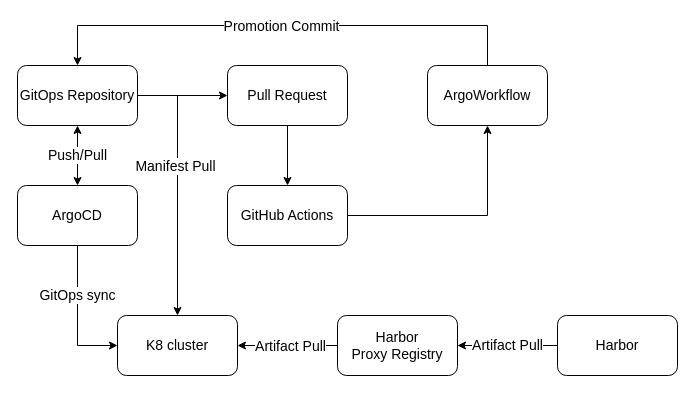
Above: page "delivery_platform" (7 of 17) of docs/assets/diagrams.drawio in CloudGeometry/cg-devx-docs (draw.io), before the change. Source tidied: cells renumbered, new cells numbered last; positions are measured from the earlier drawing's top-left corner, leaving out a move shared by most shapes. Both pictures are drawn from the tidied source at 100%, with x=0, y=0 at pixel (17, 25).
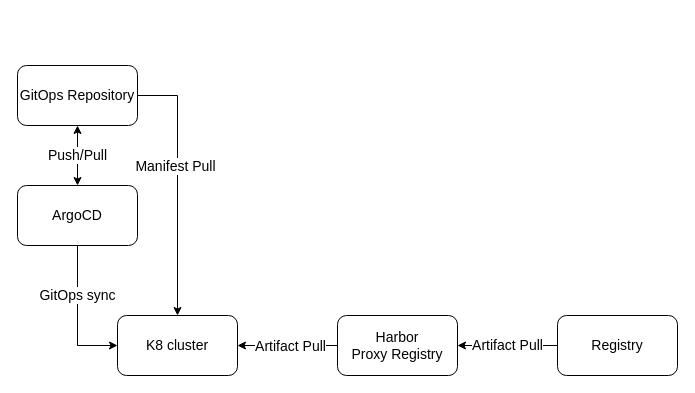
The same page after the edit.

Unchanged cells that the change refers to:
```xml
<mxCell id="15" value="GitOps Repository" style="rounded=1;whiteSpace=wrap;html=1;fontSize=14;" parent="1" vertex="1">
  <mxGeometry y="40" width="120" height="60" as="geometry" />
</mxCell>
```

Diff of the diagram source:
```diff
@@
-    <mxCell id="3" style="edgeStyle=orthogonalEdgeStyle;rounded=0;jettySize=auto;html=1;exitX=0.5;exitY=1;exitDx=0;exitDy=0;entryX=0.5;entryY=0;entryDx=0;entryDy=0;fontSize=14;" parent="1" edge="1" source="4" target="6">
-      <mxGeometry relative="1" as="geometry" />
-    </mxCell>
-    <mxCell id="4" value="Pull Request" style="rounded=1;whiteSpace=wrap;html=1;fontSize=14;" parent="1" vertex="1">
-      <mxGeometry x="210" y="40" width="120" height="60" as="geometry" />
-    </mxCell>
-    <mxCell id="5" style="edgeStyle=orthogonalEdgeStyle;rounded=0;jettySize=auto;html=1;fontSize=14;" parent="1" edge="1" source="6" target="9">
-      <mxGeometry relative="1" as="geometry" />
-    </mxCell>
-    <mxCell id="6" value="GitHub Actions" style="rounded=1;whiteSpace=wrap;html=1;fontSize=14;" parent="1" vertex="1">
-      <mxGeometry x="210" y="160" width="120" height="60" as="geometry" />
-    </mxCell>
-    <mxCell id="7" style="edgeStyle=orthogonalEdgeStyle;rounded=0;jettySize=auto;html=1;exitX=0.5;exitY=0;exitDx=0;exitDy=0;entryX=0.5;entryY=0;entryDx=0;entryDy=0;" parent="1" edge="1" source="9" target="15">
-      <mxGeometry relative="1" as="geometry">
-        <Array as="points">
-          <mxPoint x="470" />
-          <mxPoint x="60" />
-        </Array>
-      </mxGeometry>
-    </mxCell>
-    <mxCell id="8" value="&lt;font style=&quot;font-size: 14px;&quot;&gt;Promotion Commit&lt;/font&gt;" style="edgeLabel;html=1;align=center;verticalAlign=middle;" parent="7" vertex="1">
-      <mxGeometry x="0.01" relative="1" as="geometry" />
-    </mxCell>
-    <mxCell id="9" value="ArgoWorkflow" style="rounded=1;whiteSpace=wrap;html=1;fontSize=14;" parent="1" vertex="1">
-      <mxGeometry x="410" y="40" width="120" height="60" as="geometry" />
-    </mxCell>
@@
-    <mxCell id="12" style="edgeStyle=orthogonalEdgeStyle;rounded=0;jettySize=auto;html=1;exitX=1;exitY=0.5;exitDx=0;exitDy=0;entryX=0;entryY=0.5;entryDx=0;entryDy=0;" parent="1" edge="1" source="15" target="4">
-      <mxGeometry relative="1" as="geometry" />
-    </mxCell>
@@
-    <mxCell id="23" value="Harbor" style="rounded=1;whiteSpace=wrap;html=1;fontSize=14;" parent="1" vertex="1">
+    <mxCell id="23" value="Registry" style="rounded=1;whiteSpace=wrap;html=1;fontSize=14;" parent="1" vertex="1">
       <mxGeometry x="540" y="290" width="120" height="60" as="geometry" />
     </mxCell>
```
